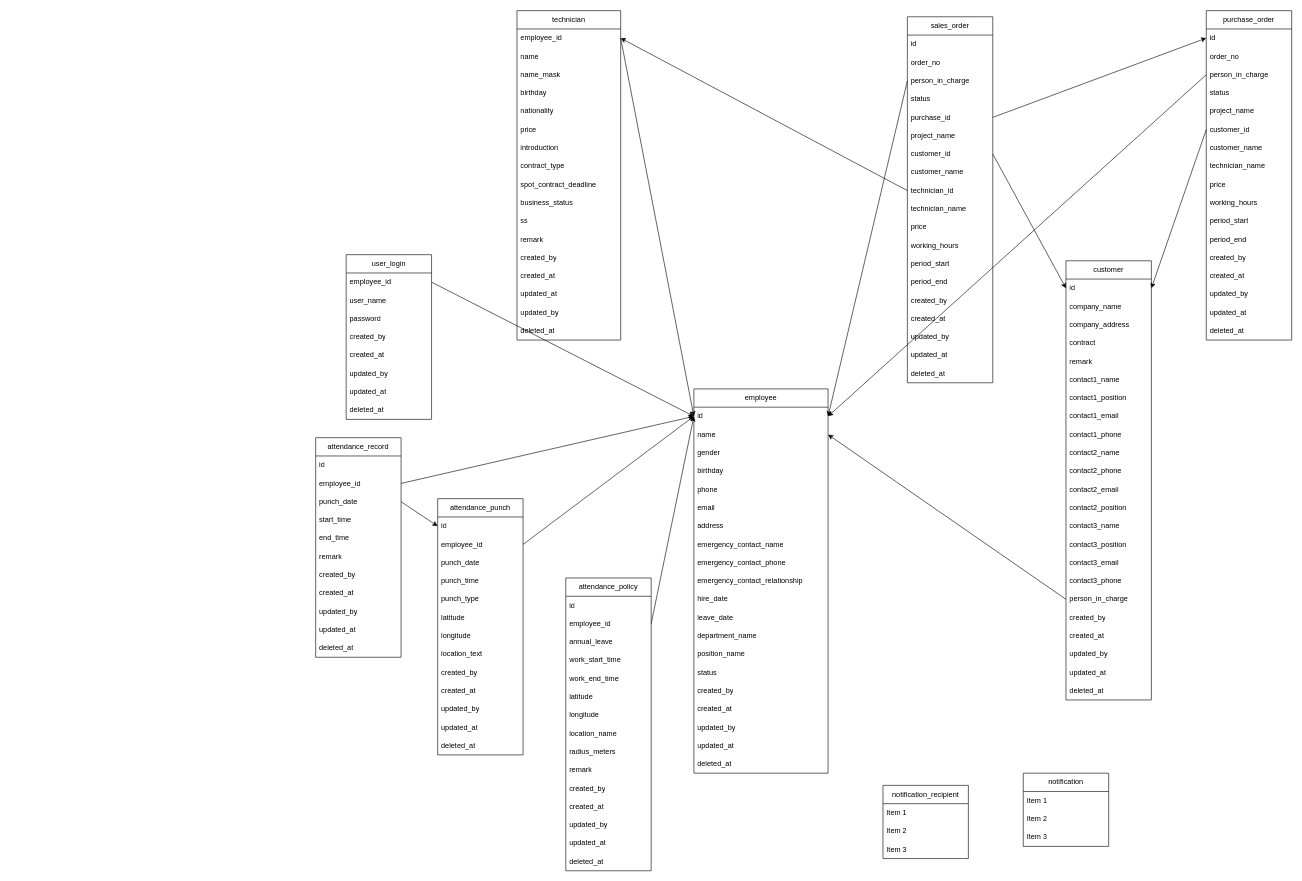
Before: ER.drawio in s1991721/MatchSys, a draw.io diagram. Source tidied: cells renumbered, new cells numbered last; positions are measured from the earlier drawing's top-left corner, leaving out a move shared by most shapes. Both pictures are drawn from the tidied source at 61%, with x=0, y=0 at pixel (315, 10).
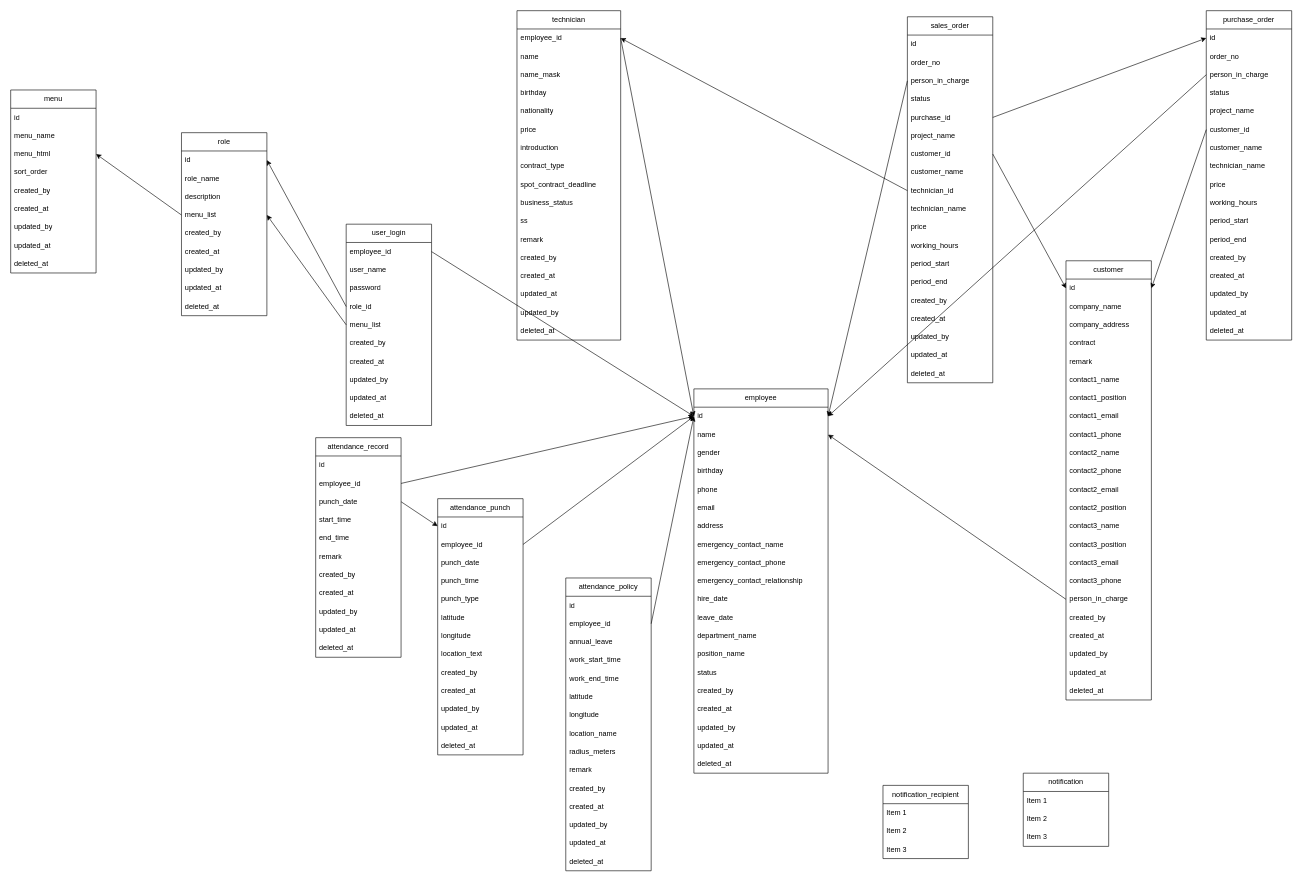
After the change.

Change to the diagram source:
```diff
@@
     <mxCell id="2" value="user_login" style="swimlane;fontStyle=0;horizontal=1;startSize=30;whiteSpace=wrap;html=1;" parent="1" vertex="1">
-      <mxGeometry x="50" y="400" width="140" height="270" as="geometry" />
+      <mxGeometry x="50" y="350" width="140" height="330" as="geometry" />
     </mxCell>
@@
+    <mxCell id="175" value="role_id" style="text;strokeColor=none;fillColor=none;align=left;verticalAlign=middle;spacingLeft=4;spacingRight=4;overflow=hidden;points=[[0,0.5],[1,0.5]];portConstraint=eastwest;whiteSpace=wrap;html=1;" parent="2" vertex="1">
+      <mxGeometry y="120" width="140" height="30" as="geometry" />
+    </mxCell>
+    <mxCell id="176" value="menu_list" style="text;strokeColor=none;fillColor=none;align=left;verticalAlign=middle;spacingLeft=4;spacingRight=4;overflow=hidden;points=[[0,0.5],[1,0.5]];portConstraint=eastwest;whiteSpace=wrap;html=1;" parent="2" vertex="1">
+      <mxGeometry y="150" width="140" height="30" as="geometry" />
+    </mxCell>
     <mxCell id="6" value="created_by" style="text;strokeColor=none;fillColor=none;align=left;verticalAlign=middle;spacingLeft=4;spacingRight=4;overflow=hidden;whiteSpace=wrap;html=1;" parent="2" vertex="1">
-      <mxGeometry y="120" width="140" height="30" as="geometry" />
+      <mxGeometry y="180" width="140" height="30" as="geometry" />
     </mxCell>
     <mxCell id="7" value="created_at" style="text;strokeColor=none;fillColor=none;align=left;verticalAlign=middle;spacingLeft=4;spacingRight=4;overflow=hidden;whiteSpace=wrap;html=1;" parent="2" vertex="1">
-      <mxGeometry y="150" width="140" height="30" as="geometry" />
+      <mxGeometry y="210" width="140" height="30" as="geometry" />
     </mxCell>
     <mxCell id="8" value="updated_by" style="text;strokeColor=none;fillColor=none;align=left;verticalAlign=middle;spacingLeft=4;spacingRight=4;overflow=hidden;whiteSpace=wrap;html=1;" parent="2" vertex="1">
-      <mxGeometry y="180" width="140" height="30" as="geometry" />
+      <mxGeometry y="240" width="140" height="30" as="geometry" />
     </mxCell>
     <mxCell id="9" value="updated_at" style="text;strokeColor=none;fillColor=none;align=left;verticalAlign=middle;spacingLeft=4;spacingRight=4;overflow=hidden;whiteSpace=wrap;html=1;" parent="2" vertex="1">
-      <mxGeometry y="210" width="140" height="30" as="geometry" />
+      <mxGeometry y="270" width="140" height="30" as="geometry" />
     </mxCell>
     <mxCell id="10" value="deleted_at" style="text;strokeColor=none;fillColor=none;align=left;verticalAlign=middle;spacingLeft=4;spacingRight=4;overflow=hidden;whiteSpace=wrap;html=1;" parent="2" vertex="1">
-      <mxGeometry y="240" width="140" height="30" as="geometry" />
+      <mxGeometry y="300" width="140" height="30" as="geometry" />
     </mxCell>
@@
+    <mxCell id="177" value="role" style="swimlane;fontStyle=0;horizontal=1;startSize=30;whiteSpace=wrap;html=1;" parent="1" vertex="1">
+      <mxGeometry x="-220" y="200" width="140" height="300" as="geometry" />
+    </mxCell>
+    <mxCell id="178" value="id" style="text;strokeColor=none;fillColor=none;align=left;verticalAlign=middle;spacingLeft=4;spacingRight=4;overflow=hidden;points=[[0,0.5],[1,0.5]];portConstraint=eastwest;whiteSpace=wrap;html=1;" parent="177" vertex="1">
+      <mxGeometry y="30" width="140" height="30" as="geometry" />
+    </mxCell>
+    <mxCell id="179" value="role_name" style="text;strokeColor=none;fillColor=none;align=left;verticalAlign=middle;spacingLeft=4;spacingRight=4;overflow=hidden;whiteSpace=wrap;html=1;" parent="177" vertex="1">
+      <mxGeometry y="60" width="140" height="30" as="geometry" />
+    </mxCell>
+    <mxCell id="180" value="description" style="text;strokeColor=none;fillColor=none;align=left;verticalAlign=middle;spacingLeft=4;spacingRight=4;overflow=hidden;whiteSpace=wrap;html=1;" parent="177" vertex="1">
+      <mxGeometry y="90" width="140" height="30" as="geometry" />
+    </mxCell>
+    <mxCell id="181" value="menu_list" style="text;strokeColor=none;fillColor=none;align=left;verticalAlign=middle;spacingLeft=4;spacingRight=4;overflow=hidden;points=[[0,0.5],[1,0.5]];portConstraint=eastwest;whiteSpace=wrap;html=1;" parent="177" vertex="1">
+      <mxGeometry y="120" width="140" height="30" as="geometry" />
+    </mxCell>
+    <mxCell id="182" value="created_by" style="text;strokeColor=none;fillColor=none;align=left;verticalAlign=middle;spacingLeft=4;spacingRight=4;overflow=hidden;whiteSpace=wrap;html=1;" parent="177" vertex="1">
+      <mxGeometry y="150" width="140" height="30" as="geometry" />
+    </mxCell>
+    <mxCell id="183" value="created_at" style="text;strokeColor=none;fillColor=none;align=left;verticalAlign=middle;spacingLeft=4;spacingRight=4;overflow=hidden;whiteSpace=wrap;html=1;" parent="177" vertex="1">
+      <mxGeometry y="180" width="140" height="30" as="geometry" />
+    </mxCell>
+    <mxCell id="184" value="updated_by" style="text;strokeColor=none;fillColor=none;align=left;verticalAlign=middle;spacingLeft=4;spacingRight=4;overflow=hidden;whiteSpace=wrap;html=1;" parent="177" vertex="1">
+      <mxGeometry y="210" width="140" height="30" as="geometry" />
+    </mxCell>
+    <mxCell id="185" value="updated_at" style="text;strokeColor=none;fillColor=none;align=left;verticalAlign=middle;spacingLeft=4;spacingRight=4;overflow=hidden;whiteSpace=wrap;html=1;" parent="177" vertex="1">
+      <mxGeometry y="240" width="140" height="30" as="geometry" />
+    </mxCell>
+    <mxCell id="186" value="deleted_at" style="text;strokeColor=none;fillColor=none;align=left;verticalAlign=middle;spacingLeft=4;spacingRight=4;overflow=hidden;whiteSpace=wrap;html=1;" parent="177" vertex="1">
+      <mxGeometry y="270" width="140" height="30" as="geometry" />
+    </mxCell>
+    <mxCell id="187" value="menu" style="swimlane;fontStyle=0;horizontal=1;startSize=30;whiteSpace=wrap;html=1;" parent="1" vertex="1">
+      <mxGeometry x="-500" y="130" width="140" height="300" as="geometry" />
+    </mxCell>
+    <mxCell id="188" value="id" style="text;strokeColor=none;fillColor=none;align=left;verticalAlign=middle;spacingLeft=4;spacingRight=4;overflow=hidden;whiteSpace=wrap;html=1;" parent="187" vertex="1">
+      <mxGeometry y="30" width="140" height="30" as="geometry" />
+    </mxCell>
+    <mxCell id="189" value="menu_name" style="text;strokeColor=none;fillColor=none;align=left;verticalAlign=middle;spacingLeft=4;spacingRight=4;overflow=hidden;whiteSpace=wrap;html=1;" parent="187" vertex="1">
+      <mxGeometry y="60" width="140" height="30" as="geometry" />
+    </mxCell>
+    <mxCell id="190" value="menu_html" style="text;strokeColor=none;fillColor=none;align=left;verticalAlign=middle;spacingLeft=4;spacingRight=4;overflow=hidden;points=[[0,0.5],[1,0.5]];portConstraint=eastwest;whiteSpace=wrap;html=1;" parent="187" vertex="1">
+      <mxGeometry y="90" width="140" height="30" as="geometry" />
+    </mxCell>
+    <mxCell id="191" value="sort_order" style="text;strokeColor=none;fillColor=none;align=left;verticalAlign=middle;spacingLeft=4;spacingRight=4;overflow=hidden;whiteSpace=wrap;html=1;" parent="187" vertex="1">
+      <mxGeometry y="120" width="140" height="30" as="geometry" />
+    </mxCell>
+    <mxCell id="192" value="created_by" style="text;strokeColor=none;fillColor=none;align=left;verticalAlign=middle;spacingLeft=4;spacingRight=4;overflow=hidden;whiteSpace=wrap;html=1;" parent="187" vertex="1">
+      <mxGeometry y="150" width="140" height="30" as="geometry" />
+    </mxCell>
+    <mxCell id="193" value="created_at" style="text;strokeColor=none;fillColor=none;align=left;verticalAlign=middle;spacingLeft=4;spacingRight=4;overflow=hidden;whiteSpace=wrap;html=1;" parent="187" vertex="1">
+      <mxGeometry y="180" width="140" height="30" as="geometry" />
+    </mxCell>
+    <mxCell id="194" value="updated_by" style="text;strokeColor=none;fillColor=none;align=left;verticalAlign=middle;spacingLeft=4;spacingRight=4;overflow=hidden;whiteSpace=wrap;html=1;" parent="187" vertex="1">
+      <mxGeometry y="210" width="140" height="30" as="geometry" />
+    </mxCell>
+    <mxCell id="195" value="updated_at" style="text;strokeColor=none;fillColor=none;align=left;verticalAlign=middle;spacingLeft=4;spacingRight=4;overflow=hidden;whiteSpace=wrap;html=1;" parent="187" vertex="1">
+      <mxGeometry y="240" width="140" height="30" as="geometry" />
+    </mxCell>
+    <mxCell id="196" value="deleted_at" style="text;strokeColor=none;fillColor=none;align=left;verticalAlign=middle;spacingLeft=4;spacingRight=4;overflow=hidden;whiteSpace=wrap;html=1;" parent="187" vertex="1">
+      <mxGeometry y="270" width="140" height="30" as="geometry" />
+    </mxCell>
+    <mxCell id="197" style="rounded=0;jettySize=auto;html=1;exitX=0;exitY=0.5;exitDx=0;exitDy=0;entryX=1;entryY=0.5;entryDx=0;entryDy=0;" parent="1" edge="1" source="181" target="190">
+      <mxGeometry relative="1" as="geometry" />
+    </mxCell>
+    <mxCell id="198" style="rounded=0;jettySize=auto;html=1;exitX=0;exitY=0.5;exitDx=0;exitDy=0;entryX=1;entryY=0.5;entryDx=0;entryDy=0;" parent="1" edge="1" source="175" target="178">
+      <mxGeometry relative="1" as="geometry" />
+    </mxCell>
+    <mxCell id="199" style="rounded=0;jettySize=auto;html=1;exitX=0;exitY=0.5;exitDx=0;exitDy=0;entryX=1;entryY=0.5;entryDx=0;entryDy=0;" parent="1" edge="1" source="176" target="181">
+      <mxGeometry relative="1" as="geometry" />
+    </mxCell>
```
